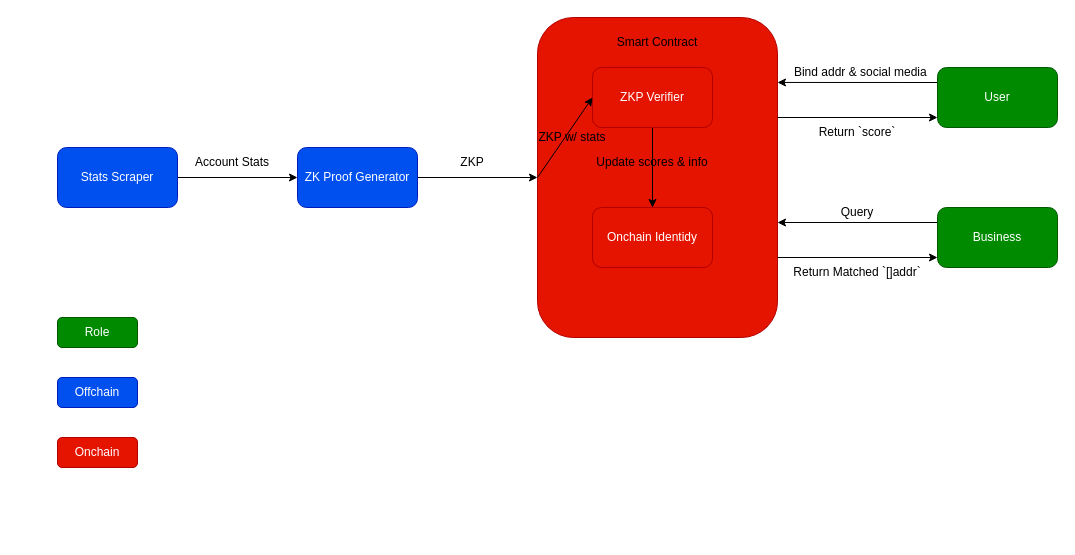
Before: page "Architecture" (1 of 3) of identity.drawio in jidalii/identity-seismic, a draw.io diagram. Source tidied: cells renumbered, new cells numbered last; positions are measured from the earlier drawing's top-left corner, leaving out a move shared by most shapes. Both pictures are drawn from the tidied source at 100%, with x=0, y=0 at pixel (57, 17).
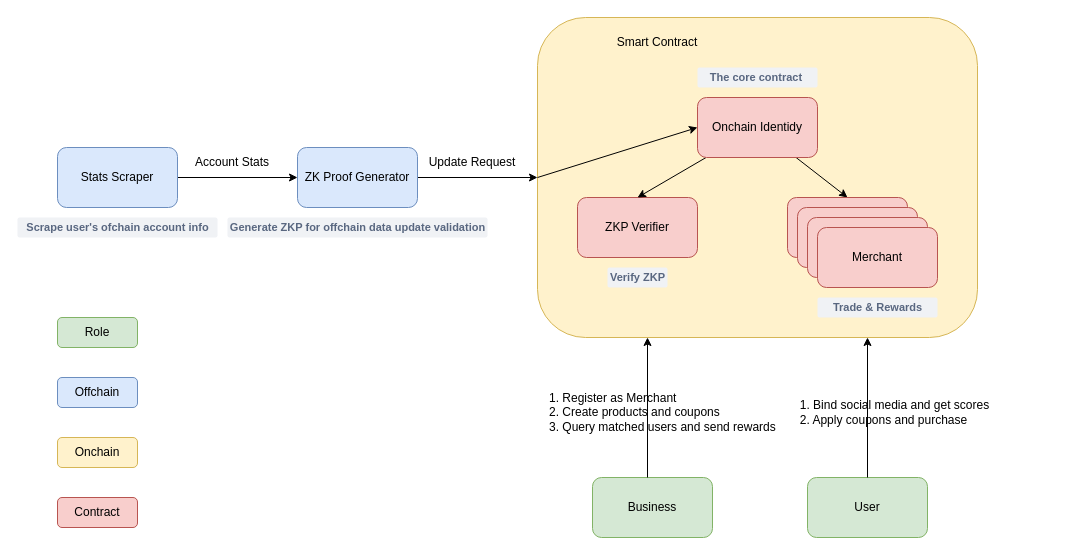
After the change.

What changed in the source:
```diff
@@
-    <mxCell id="3" value="Stats Scraper" style="rounded=1;whiteSpace=wrap;html=1;fillColor=#0050ef;fontColor=#ffffff;strokeColor=#001DBC;" parent="1" vertex="1">
+    <mxCell id="3" value="Stats Scraper" style="rounded=1;whiteSpace=wrap;html=1;fillColor=#dae8fc;strokeColor=#6c8ebf;" parent="1" vertex="1">
       <mxGeometry y="130" width="120" height="60" as="geometry" />
     </mxCell>
@@
-    <mxCell id="5" value="ZK Proof Generator" style="rounded=1;whiteSpace=wrap;html=1;fillColor=#0050ef;fontColor=#ffffff;strokeColor=#001DBC;" parent="1" vertex="1">
+    <mxCell id="5" value="ZK Proof Generator" style="rounded=1;whiteSpace=wrap;html=1;fillColor=#dae8fc;strokeColor=#6c8ebf;" parent="1" vertex="1">
       <mxGeometry x="240" y="130" width="120" height="60" as="geometry" />
     </mxCell>
+    <mxCell id="29" style="edgeStyle=none;html=1;exitX=0;exitY=0.5;exitDx=0;exitDy=0;entryX=0;entryY=0.5;entryDx=0;entryDy=0;" parent="1" edge="1" source="6" target="10">
+      <mxGeometry relative="1" as="geometry" />
+    </mxCell>
+    <mxCell id="30" style="edgeStyle=none;html=1;exitX=0;exitY=0.5;exitDx=0;exitDy=0;entryX=0;entryY=0.5;entryDx=0;entryDy=0;" parent="1" edge="1" source="6" target="10">
+      <mxGeometry relative="1" as="geometry" />
+    </mxCell>
+    <mxCell id="31" style="edgeStyle=none;html=1;exitX=0;exitY=0.5;exitDx=0;exitDy=0;entryX=0;entryY=0.5;entryDx=0;entryDy=0;" parent="1" edge="1" source="6" target="10">
+      <mxGeometry relative="1" as="geometry" />
+    </mxCell>
-    <mxCell id="6" style="rounded=1;whiteSpace=wrap;html=1;fillColor=#e51400;fontColor=#ffffff;strokeColor=#B20000;" parent="1" vertex="1">
-      <mxGeometry x="480" width="240" height="320" as="geometry" />
+    <mxCell id="6" style="rounded=1;whiteSpace=wrap;html=1;fillColor=#fff2cc;strokeColor=#d6b656;" parent="1" vertex="1">
+      <mxGeometry x="480" width="440" height="320" as="geometry" />
     </mxCell>
@@
-    <mxCell id="8" style="edgeStyle=none;html=1;strokeColor=light-dark(#000000,#000000);" parent="1" edge="1" source="9" target="10">
-      <mxGeometry relative="1" as="geometry" />
-    </mxCell>
-    <mxCell id="9" value="ZKP Verifier" style="rounded=1;whiteSpace=wrap;html=1;fillColor=#e51400;fontColor=#ffffff;strokeColor=#B20000;" parent="1" vertex="1">
-      <mxGeometry x="535" y="50" width="120" height="60" as="geometry" />
+    <mxCell id="9" value="ZKP Verifier" style="rounded=1;whiteSpace=wrap;html=1;fillColor=#f8cecc;strokeColor=#b85450;" parent="1" vertex="1">
+      <mxGeometry x="520" y="180" width="120" height="60" as="geometry" />
     </mxCell>
+    <mxCell id="32" style="edgeStyle=none;html=1;entryX=0.5;entryY=0;entryDx=0;entryDy=0;" parent="1" edge="1" source="10" target="9">
+      <mxGeometry relative="1" as="geometry" />
+    </mxCell>
+    <mxCell id="33" style="edgeStyle=none;html=1;entryX=0.5;entryY=0;entryDx=0;entryDy=0;" parent="1" edge="1" source="10" target="35">
+      <mxGeometry relative="1" as="geometry" />
+    </mxCell>
-    <mxCell id="10" value="Onchain Identidy" style="whiteSpace=wrap;html=1;rounded=1;fillColor=#e51400;fontColor=#ffffff;strokeColor=#B20000;" parent="1" vertex="1">
-      <mxGeometry x="535" y="190" width="120" height="60" as="geometry" />
+    <mxCell id="10" value="Onchain Identidy" style="whiteSpace=wrap;html=1;rounded=1;fillColor=#f8cecc;strokeColor=#b85450;" parent="1" vertex="1">
+      <mxGeometry x="640" y="80" width="120" height="60" as="geometry" />
     </mxCell>
-    <mxCell id="11" style="endArrow=classic;html=1;entryX=0;entryY=0.5;entryDx=0;entryDy=0;strokeColor=light-dark(#000000,#000000);" parent="1" edge="1" target="9">
+    <mxCell id="11" style="endArrow=classic;html=1;strokeColor=light-dark(#000000,#000000);" parent="1" edge="1" target="6">
       <mxGeometry relative="1" as="geometry">
         <mxPoint x="480" y="160" as="sourcePoint" />
       </mxGeometry>
     </mxCell>
-    <mxCell id="12" value="&lt;font style=&quot;color: light-dark(rgb(0, 0, 0), rgb(0, 0, 0));&quot;&gt;ZKP w/ stats&lt;/font&gt;" style="text;html=1;align=center;verticalAlign=middle;whiteSpace=wrap;rounded=0;" parent="1" vertex="1">
-      <mxGeometry x="480" y="110" width="70" height="20" as="geometry" />
-    </mxCell>
-    <mxCell id="13" value="&lt;font style=&quot;color: light-dark(rgb(0, 0, 0), rgb(0, 0, 0));&quot;&gt;Update scores &amp;amp; info&lt;/font&gt;" style="text;html=1;align=center;verticalAlign=middle;whiteSpace=wrap;rounded=0;" parent="1" vertex="1">
-      <mxGeometry x="526.2" y="130" width="137.5" height="30" as="geometry" />
-    </mxCell>
-    <mxCell id="14" style="edgeStyle=none;html=1;entryX=1;entryY=0.203;entryDx=0;entryDy=0;exitX=0;exitY=0.25;exitDx=0;exitDy=0;entryPerimeter=0;" parent="1" edge="1" source="15" target="6">
-      <mxGeometry relative="1" as="geometry" />
-    </mxCell>
-    <mxCell id="15" value="User" style="rounded=1;whiteSpace=wrap;html=1;fillColor=#008a00;fontColor=#ffffff;strokeColor=#005700;" parent="1" vertex="1">
-      <mxGeometry x="880" y="50" width="120" height="60" as="geometry" />
+    <mxCell id="15" value="User" style="rounded=1;whiteSpace=wrap;html=1;fillColor=#d5e8d4;strokeColor=#82b366;" parent="1" vertex="1">
+      <mxGeometry x="750" y="460" width="120" height="60" as="geometry" />
     </mxCell>
-    <mxCell id="16" value="Role" style="rounded=1;whiteSpace=wrap;html=1;fillColor=#008a00;fontColor=#ffffff;strokeColor=#005700;" parent="1" vertex="1">
+    <mxCell id="16" value="Role" style="rounded=1;whiteSpace=wrap;html=1;fillColor=#d5e8d4;strokeColor=#82b366;" parent="1" vertex="1">
       <mxGeometry y="300" width="80" height="30" as="geometry" />
     </mxCell>
-    <mxCell id="17" value="Offchain" style="rounded=1;whiteSpace=wrap;html=1;fillColor=#0050ef;fontColor=#ffffff;strokeColor=#001DBC;" parent="1" vertex="1">
+    <mxCell id="17" value="Offchain" style="rounded=1;whiteSpace=wrap;html=1;fillColor=#dae8fc;strokeColor=#6c8ebf;" parent="1" vertex="1">
       <mxGeometry y="360" width="80" height="30" as="geometry" />
     </mxCell>
-    <mxCell id="18" value="Onchain" style="rounded=1;whiteSpace=wrap;html=1;fillColor=#e51400;fontColor=#ffffff;strokeColor=#B20000;" parent="1" vertex="1">
+    <mxCell id="18" value="Onchain" style="rounded=1;whiteSpace=wrap;html=1;fillColor=#fff2cc;strokeColor=#d6b656;" parent="1" vertex="1">
       <mxGeometry y="420" width="80" height="30" as="geometry" />
     </mxCell>
-    <mxCell id="19" style="endArrow=classic;html=1;" parent="1" edge="1">
-      <mxGeometry relative="1" as="geometry">
-        <mxPoint x="720" y="100" as="sourcePoint" />
-        <mxPoint x="880" y="100" as="targetPoint" />
-      </mxGeometry>
-    </mxCell>
-    <mxCell id="20" style="edgeStyle=none;html=1;entryX=1;entryY=0.203;entryDx=0;entryDy=0;exitX=0;exitY=0.25;exitDx=0;exitDy=0;entryPerimeter=0;" parent="1" edge="1" source="21">
-      <mxGeometry relative="1" as="geometry">
-        <mxPoint x="720" y="205" as="targetPoint" />
-      </mxGeometry>
-    </mxCell>
-    <mxCell id="21" value="Business" style="rounded=1;whiteSpace=wrap;html=1;fillColor=#008a00;fontColor=#ffffff;strokeColor=#005700;" parent="1" vertex="1">
-      <mxGeometry x="880" y="190" width="120" height="60" as="geometry" />
+    <mxCell id="21" value="Business" style="rounded=1;whiteSpace=wrap;html=1;fillColor=#d5e8d4;strokeColor=#82b366;" parent="1" vertex="1">
+      <mxGeometry x="535" y="460" width="120" height="60" as="geometry" />
     </mxCell>
-    <mxCell id="22" style="endArrow=classic;html=1;" parent="1" edge="1">
-      <mxGeometry relative="1" as="geometry">
-        <mxPoint x="720" y="240" as="sourcePoint" />
-        <mxPoint x="880" y="240" as="targetPoint" />
-      </mxGeometry>
-    </mxCell>
-    <mxCell id="23" value="Query" style="text;html=1;align=center;verticalAlign=middle;whiteSpace=wrap;rounded=0;" parent="1" vertex="1">
-      <mxGeometry x="770" y="180" width="60" height="30" as="geometry" />
-    </mxCell>
-    <mxCell id="24" value="Return Matched `[]addr`" style="text;html=1;align=center;verticalAlign=middle;whiteSpace=wrap;rounded=0;" parent="1" vertex="1">
-      <mxGeometry x="720" y="240" width="160" height="30" as="geometry" />
-    </mxCell>
-    <mxCell id="25" value="Bind addr &amp;amp; social media&amp;nbsp;" style="text;html=1;align=center;verticalAlign=middle;whiteSpace=wrap;rounded=0;" parent="1" vertex="1">
-      <mxGeometry x="730" y="40" width="150" height="30" as="geometry" />
+    <mxCell id="25" value="1. Bind social media and get scores&lt;br&gt;&lt;div style=&quot;text-align: left;&quot;&gt;&lt;span style=&quot;background-color: transparent;&quot;&gt;2. Apply coupons and purchase&lt;/span&gt;&lt;/div&gt;" style="text;html=1;align=center;verticalAlign=middle;whiteSpace=wrap;rounded=0;" parent="1" vertex="1">
+      <mxGeometry x="735" y="380" width="205" height="30" as="geometry" />
     </mxCell>
-    <mxCell id="26" value="Return `score`" style="text;html=1;align=center;verticalAlign=middle;whiteSpace=wrap;rounded=0;" parent="1" vertex="1">
-      <mxGeometry x="755" y="100" width="90" height="30" as="geometry" />
-    </mxCell>
@@
-    <mxCell id="28" value="ZKP" style="text;html=1;align=center;verticalAlign=middle;whiteSpace=wrap;rounded=0;" parent="1" vertex="1">
+    <mxCell id="28" value="Update Request" style="text;html=1;align=center;verticalAlign=middle;whiteSpace=wrap;rounded=0;" parent="1" vertex="1">
       <mxGeometry x="370" y="130" width="90" height="30" as="geometry" />
     </mxCell>
+    <mxCell id="34" value="Contract" style="rounded=1;whiteSpace=wrap;html=1;fillColor=#f8cecc;strokeColor=#b85450;" parent="1" vertex="1">
+      <mxGeometry y="480" width="80" height="30" as="geometry" />
+    </mxCell>
+    <mxCell id="35" style="whiteSpace=wrap;html=1;rounded=1;fillColor=#f8cecc;strokeColor=#b85450;" parent="1" vertex="1">
+      <mxGeometry x="730" y="180" width="120" height="60" as="geometry" />
+    </mxCell>
+    <mxCell id="36" style="whiteSpace=wrap;html=1;rounded=1;fillColor=#f8cecc;strokeColor=#b85450;" parent="1" vertex="1">
+      <mxGeometry x="740" y="190" width="120" height="60" as="geometry" />
+    </mxCell>
+    <mxCell id="37" style="whiteSpace=wrap;html=1;rounded=1;fillColor=#f8cecc;strokeColor=#b85450;" parent="1" vertex="1">
+      <mxGeometry x="750" y="200" width="120" height="60" as="geometry" />
+    </mxCell>
+    <mxCell id="38" value="Merchant" style="whiteSpace=wrap;html=1;rounded=1;fillColor=#f8cecc;strokeColor=#b85450;" parent="1" vertex="1">
+      <mxGeometry x="760" y="210" width="120" height="60" as="geometry" />
+    </mxCell>
+    <mxCell id="39" value="Scrape user's ofchain account info" style="dashed=0;html=1;fillColor=#F0F2F5;strokeColor=none;align=center;rounded=1;arcSize=10;fontColor=#596780;fontStyle=1;fontSize=11;shadow=0;" parent="1" vertex="1">
+      <mxGeometry x="-40" y="200" width="200" height="20" as="geometry" />
+    </mxCell>
+    <mxCell id="40" value="Generate ZKP for offchain data update validation" style="dashed=0;html=1;fillColor=#F0F2F5;strokeColor=none;align=center;rounded=1;arcSize=10;fontColor=#596780;fontStyle=1;fontSize=11;shadow=0;" parent="1" vertex="1">
+      <mxGeometry x="170" y="200" width="260" height="20" as="geometry" />
+    </mxCell>
+    <mxCell id="41" value="Verify ZKP" style="dashed=0;html=1;fillColor=#F0F2F5;strokeColor=none;align=center;rounded=1;arcSize=10;fontColor=#596780;fontStyle=1;fontSize=11;shadow=0;" parent="1" vertex="1">
+      <mxGeometry x="550" y="250" width="60" height="20" as="geometry" />
+    </mxCell>
+    <mxCell id="42" style="endArrow=classic;html=1;entryX=0;entryY=0.5;entryDx=0;entryDy=0;" parent="1" edge="1" target="10">
+      <mxGeometry relative="1" as="geometry">
+        <mxPoint x="480" y="160" as="sourcePoint" />
+      </mxGeometry>
+    </mxCell>
+    <mxCell id="43" value="The core contract&amp;nbsp;" style="dashed=0;html=1;fillColor=#F0F2F5;strokeColor=none;align=center;rounded=1;arcSize=10;fontColor=#596780;fontStyle=1;fontSize=11;shadow=0;" parent="1" vertex="1">
+      <mxGeometry x="640" y="50" width="120" height="20" as="geometry" />
+    </mxCell>
+    <mxCell id="44" value="Trade &amp;amp; Rewards" style="dashed=0;html=1;fillColor=#F0F2F5;strokeColor=none;align=center;rounded=1;arcSize=10;fontColor=#596780;fontStyle=1;fontSize=11;shadow=0;" parent="1" vertex="1">
+      <mxGeometry x="760" y="280" width="120" height="20" as="geometry" />
+    </mxCell>
+    <mxCell id="45" style="endArrow=classic;html=1;entryX=0.75;entryY=1;entryDx=0;entryDy=0;" parent="1" edge="1" target="6">
+      <mxGeometry relative="1" as="geometry">
+        <mxPoint x="810" y="460" as="sourcePoint" />
+      </mxGeometry>
+    </mxCell>
+    <mxCell id="46" style="endArrow=classic;html=1;entryX=0.25;entryY=1;entryDx=0;entryDy=0;" parent="1" edge="1" target="6">
+      <mxGeometry relative="1" as="geometry">
+        <mxPoint x="590" y="460" as="sourcePoint" />
+      </mxGeometry>
+    </mxCell>
+    <mxCell id="47" value="1. Register as Merchant&lt;br&gt;&lt;div style=&quot;&quot;&gt;&lt;div style=&quot;&quot;&gt;&lt;span style=&quot;background-color: transparent;&quot;&gt;2. Create products and coupons&lt;/span&gt;&lt;/div&gt;&lt;span style=&quot;background-color: transparent;&quot;&gt;&lt;div style=&quot;&quot;&gt;&lt;span style=&quot;background-color: transparent;&quot;&gt;3. Query matched users and send rewards&lt;/span&gt;&lt;/div&gt;&lt;/span&gt;&lt;/div&gt;" style="text;html=1;align=left;verticalAlign=middle;whiteSpace=wrap;rounded=0;" parent="1" vertex="1">
+      <mxGeometry x="490" y="365" width="232.5" height="60" as="geometry" />
+    </mxCell>
```
